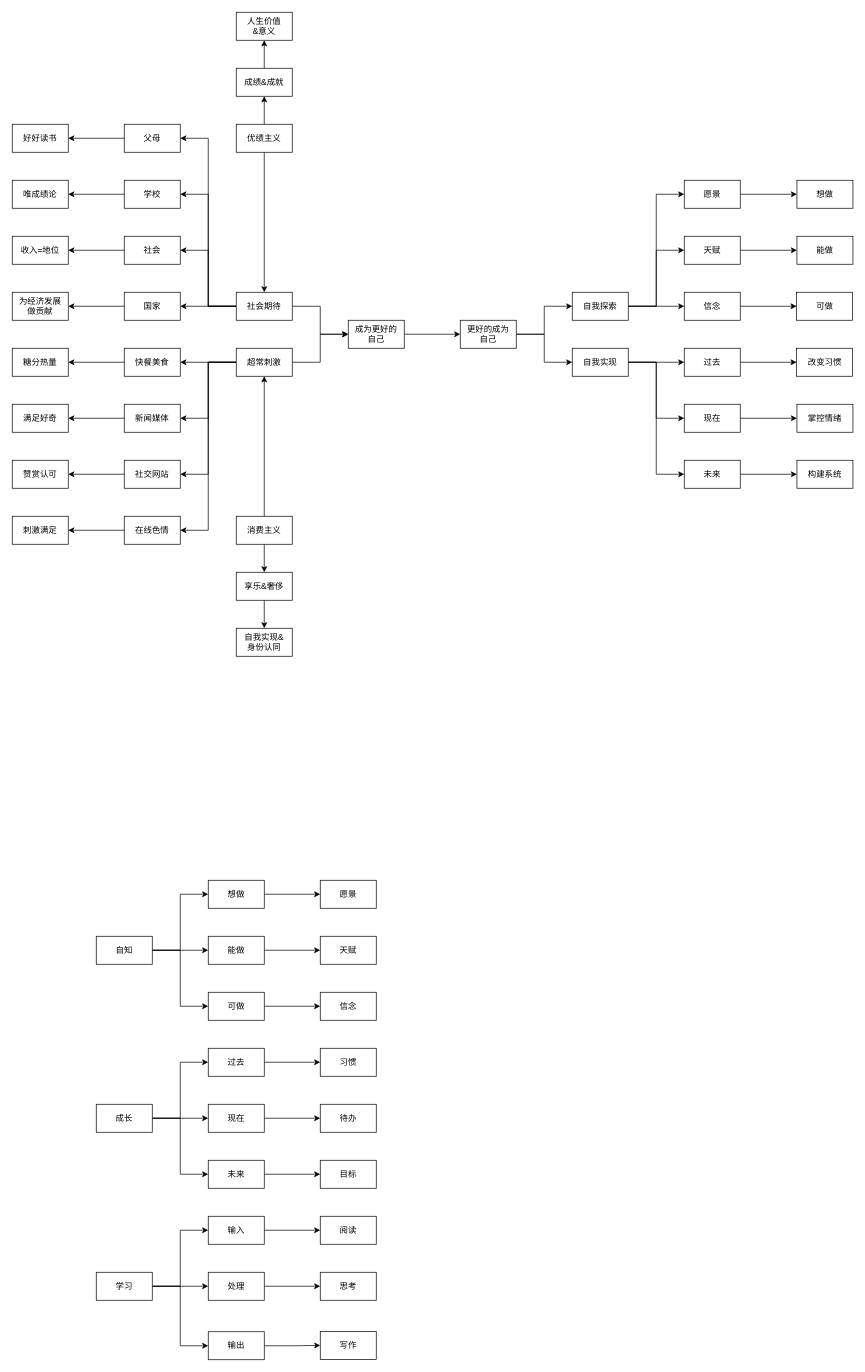
This is 人生系统.drawio from youyusan/life_system, a draw.io file, before an edit. Source tidied: cells renumbered, new cells numbered last; positions are measured from the earlier drawing's top-left corner, leaving out a move shared by most shapes. Both pictures are drawn from the tidied source at 70%, with x=0, y=0 at pixel (12, 12).
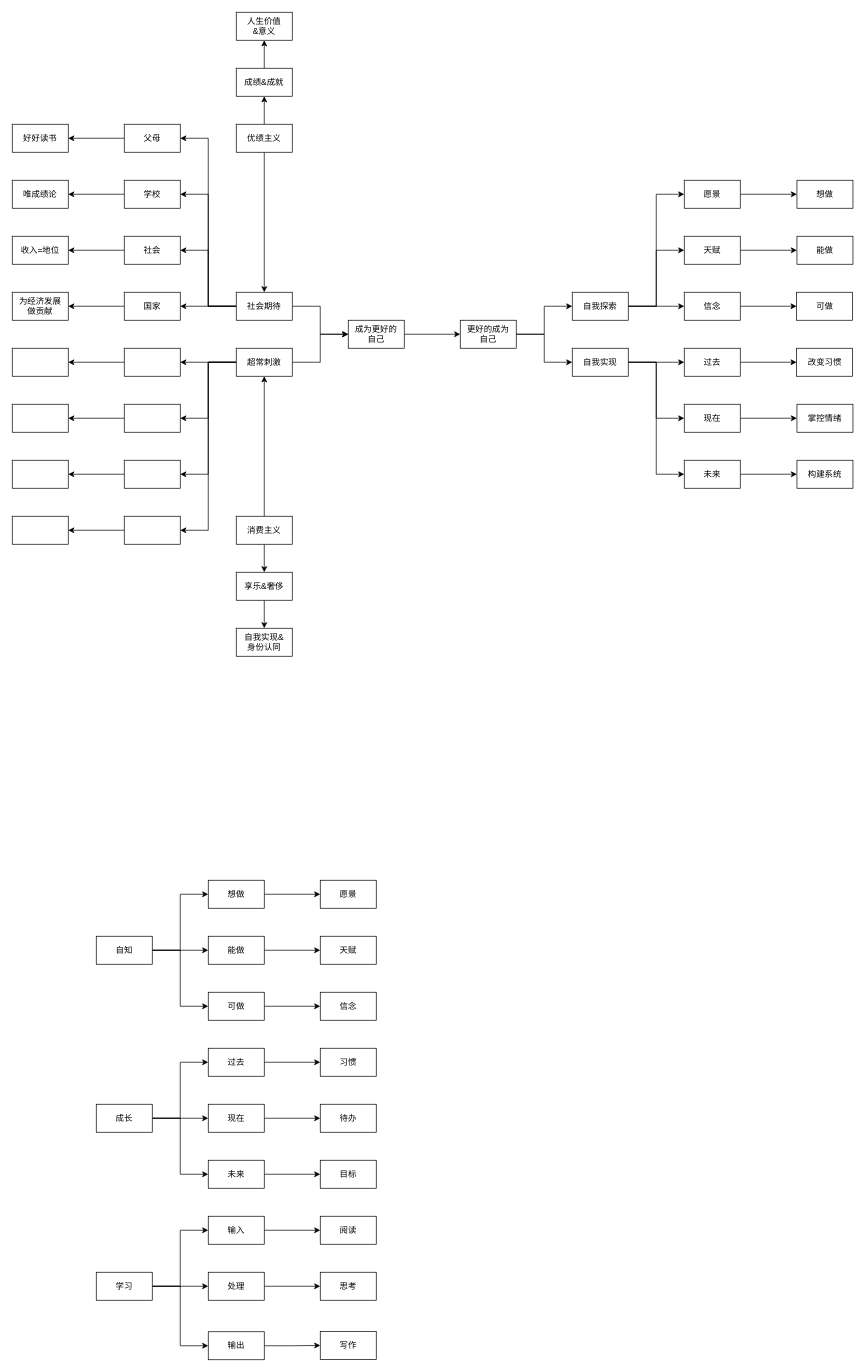
After the change.

Commit message:
更新人生系统.drawio

What changed in the source:
```diff
@@
-    <mxCell id="83" value="社交网站" style="rounded=0;whiteSpace=wrap;html=1;" parent="1" vertex="1">
+    <mxCell id="83" style="rounded=0;whiteSpace=wrap;html=1;" parent="1" vertex="1">
       <mxGeometry x="160" y="640" width="80" height="40" as="geometry" />
     </mxCell>
@@
-    <mxCell id="85" value="在线色情" style="rounded=0;whiteSpace=wrap;html=1;" parent="1" vertex="1">
+    <mxCell id="85" style="rounded=0;whiteSpace=wrap;html=1;" parent="1" vertex="1">
       <mxGeometry x="160" y="720" width="80" height="40" as="geometry" />
     </mxCell>
@@
-    <mxCell id="87" value="新闻媒体" style="rounded=0;whiteSpace=wrap;html=1;" parent="1" vertex="1">
+    <mxCell id="87" style="rounded=0;whiteSpace=wrap;html=1;" parent="1" vertex="1">
       <mxGeometry x="160" y="560" width="80" height="40" as="geometry" />
     </mxCell>
@@
-    <mxCell id="89" value="快餐美食" style="rounded=0;whiteSpace=wrap;html=1;" parent="1" vertex="1">
+    <mxCell id="89" style="rounded=0;whiteSpace=wrap;html=1;" parent="1" vertex="1">
       <mxGeometry x="160" y="480" width="80" height="40" as="geometry" />
     </mxCell>
-    <mxCell id="90" value="满足好奇" style="rounded=0;whiteSpace=wrap;html=1;" parent="1" vertex="1">
+    <mxCell id="90" style="rounded=0;whiteSpace=wrap;html=1;" parent="1" vertex="1">
       <mxGeometry y="560" width="80" height="40" as="geometry" />
     </mxCell>
-    <mxCell id="91" value="赞赏认可" style="rounded=0;whiteSpace=wrap;html=1;" parent="1" vertex="1">
+    <mxCell id="91" style="rounded=0;whiteSpace=wrap;html=1;" parent="1" vertex="1">
       <mxGeometry y="640" width="80" height="40" as="geometry" />
     </mxCell>
-    <mxCell id="92" value="刺激满足" style="rounded=0;whiteSpace=wrap;html=1;" parent="1" vertex="1">
+    <mxCell id="92" style="rounded=0;whiteSpace=wrap;html=1;" parent="1" vertex="1">
       <mxGeometry y="720" width="80" height="40" as="geometry" />
     </mxCell>
-    <mxCell id="93" value="糖分热量" style="rounded=0;whiteSpace=wrap;html=1;" parent="1" vertex="1">
+    <mxCell id="93" style="rounded=0;whiteSpace=wrap;html=1;" parent="1" vertex="1">
       <mxGeometry y="480" width="80" height="40" as="geometry" />
     </mxCell>
```
